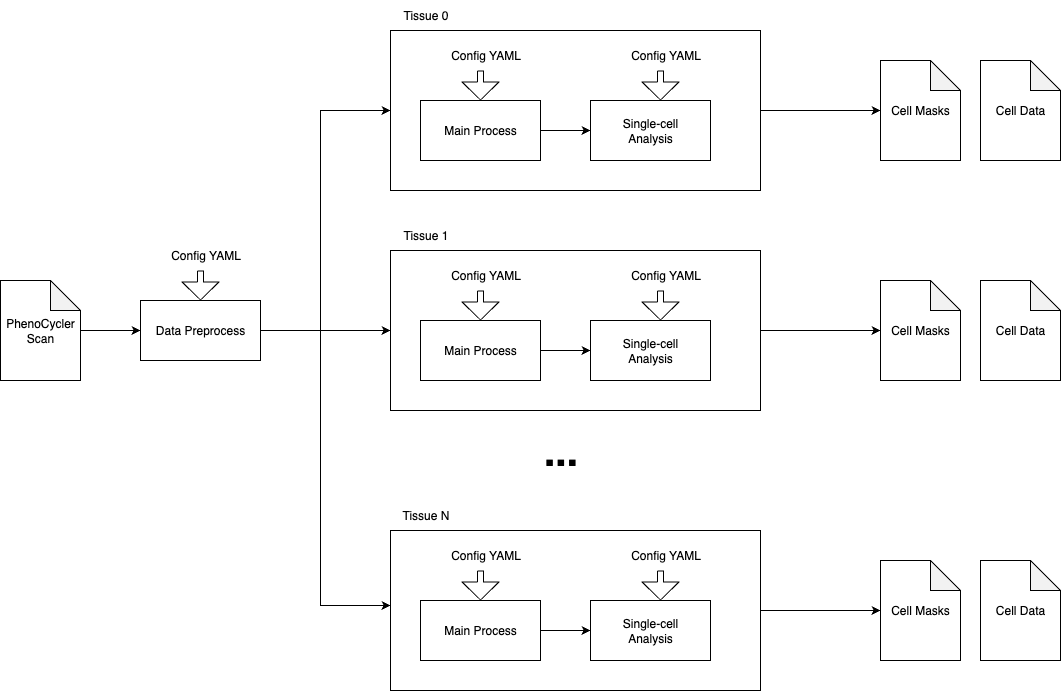
The draw.io diagram aegle-docs/static/img/aegle-overview.drawio.png in kimpenn/aegle, before a commit. Source tidied: cells renumbered, new cells last; positions are measured from the earlier drawing's top-left corner, leaving out a move shared by most shapes.
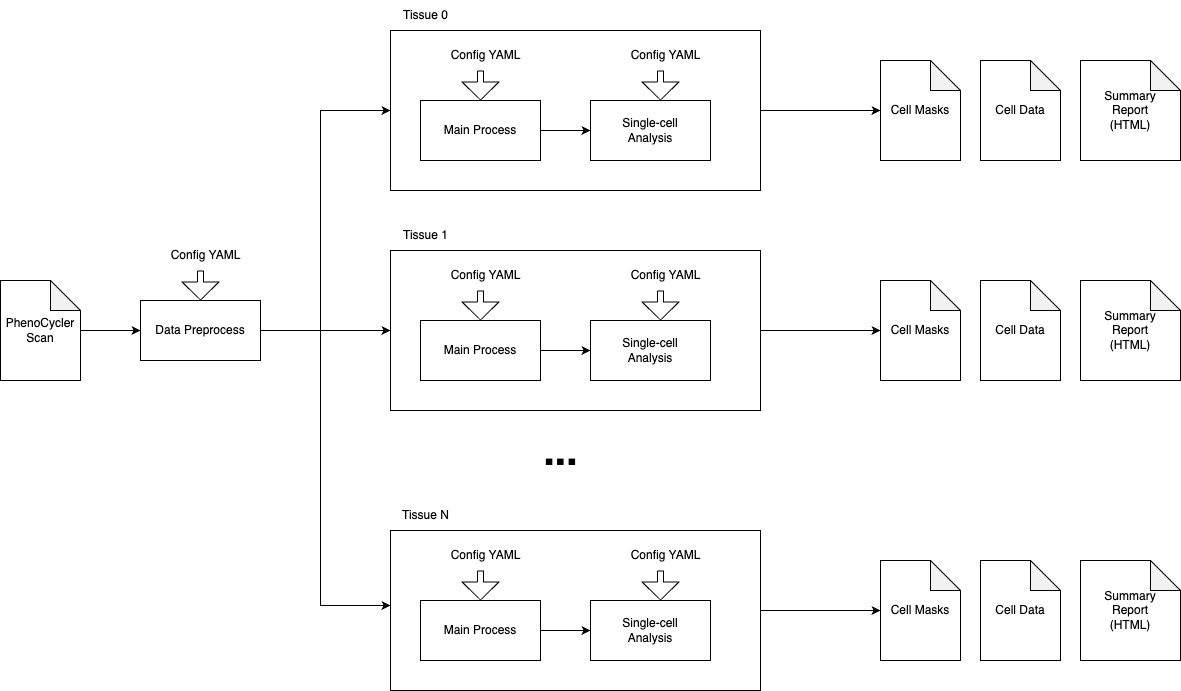
Later version of the same file.

Diff of the diagram source:
```diff
@@ -172,5 +172,14 @@
     <mxCell id="46" style="edgeStyle=orthogonalEdgeStyle;rounded=0;jettySize=auto;html=1;exitX=1;exitY=0.5;exitDx=0;exitDy=0;entryX=0;entryY=0.5;entryDx=0;entryDy=0;entryPerimeter=0;" parent="1" edge="1" source="23" target="42">
       <mxGeometry relative="1" as="geometry" />
     </mxCell>
+    <mxCell id="47" value="&lt;div&gt;Summary&lt;/div&gt;&lt;div&gt;Report&lt;/div&gt;(HTML)" style="shape=note;whiteSpace=wrap;html=1;backgroundOutline=1;darkOpacity=0.05;" parent="1" vertex="1">
+      <mxGeometry x="1080" y="60" width="100" height="100" as="geometry" />
+    </mxCell>
+    <mxCell id="48" value="&lt;div&gt;Summary&lt;/div&gt;&lt;div&gt;Report&lt;/div&gt;(HTML)" style="shape=note;whiteSpace=wrap;html=1;backgroundOutline=1;darkOpacity=0.05;" parent="1" vertex="1">
+      <mxGeometry x="1080" y="280" width="100" height="100" as="geometry" />
+    </mxCell>
+    <mxCell id="49" value="&lt;div&gt;Summary&lt;/div&gt;&lt;div&gt;Report&lt;/div&gt;(HTML)" style="shape=note;whiteSpace=wrap;html=1;backgroundOutline=1;darkOpacity=0.05;" parent="1" vertex="1">
+      <mxGeometry x="1080" y="560" width="100" height="100" as="geometry" />
+    </mxCell>
   </root>
 </mxGraphModel>
```
